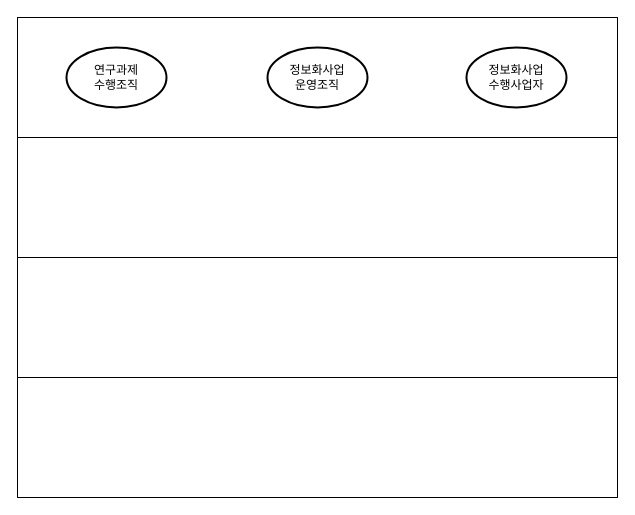
Earlier version of the draw.io diagram page "페이지-2" (2 of 2) of positions/positions.drawio (dongshins/diagram). Source tidied: cells renumbered, new cells numbered last; positions are measured from the earlier drawing's top-left corner, leaving out a move shared by most shapes. Both pictures are drawn from the tidied source at 100%, with x=0, y=0 at pixel (17, 17).
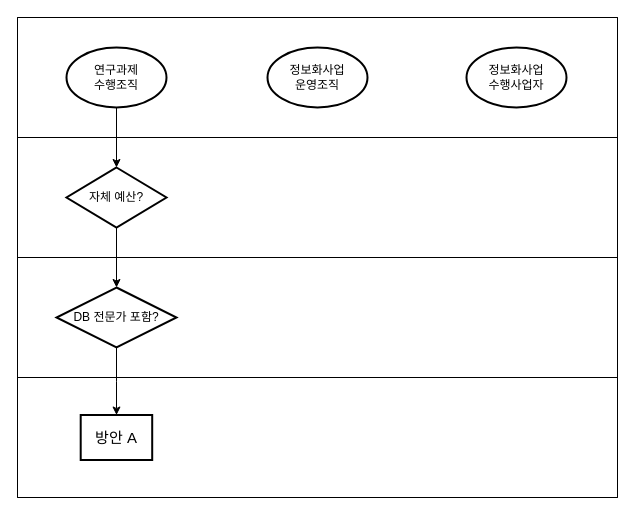
Above is the later version.

Diff of the diagram source:
```diff
@@
 <mxGraphModel>
   <root>
     <mxCell id="0" />
     <mxCell id="1" parent="0" />
     <mxCell id="2" style="swimlane;horizontal=0;startSize=0;html=1;" parent="1" vertex="1">
       <mxGeometry width="600" height="480" as="geometry" />
     </mxCell>
     <mxCell id="3" style="swimlane;startSize=0;horizontal=0;html=1;" parent="2" vertex="1">
       <mxGeometry width="600" height="120" as="geometry" />
     </mxCell>
     <mxCell id="4" value="연구과제&lt;div&gt;수행조직&lt;/div&gt;" style="strokeWidth=2;html=1;shape=mxgraph.flowchart.start_1;whiteSpace=wrap;" parent="3" vertex="1">
       <mxGeometry x="49" y="30" width="100" height="60" as="geometry" />
     </mxCell>
     <mxCell id="5" value="&lt;div&gt;정보화사업&lt;/div&gt;&lt;div&gt;운영조직&lt;/div&gt;" style="strokeWidth=2;html=1;shape=mxgraph.flowchart.start_1;whiteSpace=wrap;" parent="3" vertex="1">
       <mxGeometry x="250" y="30" width="100" height="60" as="geometry" />
     </mxCell>
     <mxCell id="6" value="&lt;div&gt;정보화사업&lt;/div&gt;&lt;div&gt;수행사업자&lt;/div&gt;" style="strokeWidth=2;html=1;shape=mxgraph.flowchart.start_1;whiteSpace=wrap;" parent="3" vertex="1">
       <mxGeometry x="449" y="30" width="100" height="60" as="geometry" />
     </mxCell>
     <mxCell id="7" style="swimlane;startSize=0;horizontal=0;html=1;" parent="2" vertex="1">
       <mxGeometry y="120" width="600" height="120" as="geometry" />
     </mxCell>
+    <mxCell id="10" value="자체 예산?" style="strokeWidth=2;html=1;shape=mxgraph.flowchart.decision;whiteSpace=wrap;" parent="7" vertex="1">
+      <mxGeometry x="49" y="30" width="100" height="60" as="geometry" />
+    </mxCell>
     <mxCell id="8" style="swimlane;startSize=0;horizontal=0;html=1;" parent="2" vertex="1">
       <mxGeometry y="240" width="600" height="120" as="geometry" />
     </mxCell>
+    <mxCell id="11" value="DB 전문가 포함?" style="strokeWidth=2;html=1;shape=mxgraph.flowchart.decision;whiteSpace=wrap;" parent="8" vertex="1">
+      <mxGeometry x="39" y="30" width="120" height="60" as="geometry" />
+    </mxCell>
     <mxCell id="9" style="swimlane;startSize=0;horizontal=0;html=1;" parent="2" vertex="1">
       <mxGeometry y="360" width="600" height="120" as="geometry" />
     </mxCell>
+    <mxCell id="12" value="방안 A" style="whiteSpace=wrap;html=1;strokeWidth=2;fontSize=15;" parent="9" vertex="1">
+      <mxGeometry x="63.2" y="37.5" width="71.5" height="45" as="geometry" />
+    </mxCell>
+    <mxCell id="13" style="edgeStyle=orthogonalEdgeStyle;rounded=0;jettySize=auto;html=1;exitX=0.5;exitY=1;exitDx=0;exitDy=0;exitPerimeter=0;entryX=0.5;entryY=0;entryDx=0;entryDy=0;entryPerimeter=0;" parent="2" edge="1" source="4" target="10">
+      <mxGeometry relative="1" as="geometry" />
+    </mxCell>
+    <mxCell id="14" style="edgeStyle=orthogonalEdgeStyle;rounded=0;jettySize=auto;html=1;exitX=0.5;exitY=1;exitDx=0;exitDy=0;exitPerimeter=0;entryX=0.5;entryY=0;entryDx=0;entryDy=0;entryPerimeter=0;" parent="2" edge="1" source="10" target="11">
+      <mxGeometry relative="1" as="geometry" />
+    </mxCell>
+    <mxCell id="15" style="edgeStyle=orthogonalEdgeStyle;rounded=0;jettySize=auto;html=1;" parent="2" edge="1" source="11" target="12">
+      <mxGeometry relative="1" as="geometry" />
+    </mxCell>
   </root>
 </mxGraphModel>
```
